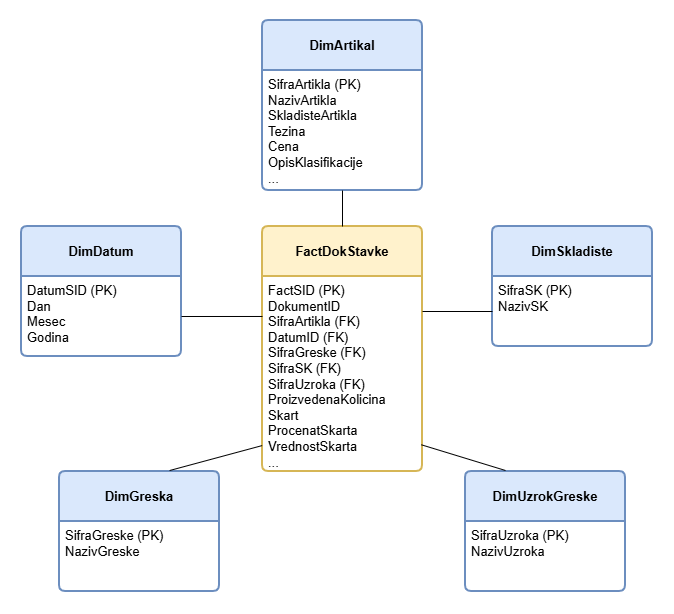
lvuletic971/scrap-analysis keeps this draw.io diagram as DOCS/DW_model.png. Above is the earlier version. Source tidied: cells renumbered, new cells last; positions are measured from the earlier drawing's top-left corner, leaving out a move shared by most shapes. Source of this version:
```xml
<mxGraphModel>
  <root>
    <mxCell id="0" />
    <mxCell id="1" parent="0" />
    <mxCell id="2" value="DimDatum" style="swimlane;horizontal=1;startSize=50;rounded=1;fontSize=13;fontStyle=1;strokeWidth=2;shadow=0;dashed=0;align=center;arcSize=4;whiteSpace=wrap;html=1;fillColor=#dae8fc;strokeColor=#6c8ebf;" parent="1" vertex="1">
      <mxGeometry y="206" width="160" height="130" as="geometry" />
    </mxCell>
    <mxCell id="3" value="&lt;font style=&quot;font-size: 13px;&quot;&gt;DatumSID (PK)&lt;br&gt;Dan&lt;br&gt;Mesec&lt;/font&gt;&lt;div&gt;&lt;font style=&quot;font-size: 13px;&quot;&gt;Godina&lt;/font&gt;&lt;/div&gt;" style="align=left;strokeColor=none;fillColor=none;spacingLeft=4;spacingRight=4;fontSize=12;verticalAlign=top;html=1;whiteSpace=wrap;" parent="2" vertex="1">
      <mxGeometry y="50" width="160" height="80" as="geometry" />
    </mxCell>
    <mxCell id="4" value="&lt;font&gt;&lt;b&gt;FactDokStavke&lt;/b&gt;&lt;/font&gt;" style="swimlane;horizontal=1;startSize=50;rounded=1;fontSize=13;fontStyle=0;strokeWidth=2;shadow=0;dashed=0;align=center;arcSize=4;whiteSpace=wrap;html=1;fillColor=#FFF2CC;strokeColor=#d6b656;" parent="1" vertex="1">
      <mxGeometry x="241" y="206" width="160" height="245" as="geometry" />
    </mxCell>
    <mxCell id="5" value="&lt;div&gt;&lt;font style=&quot;font-size: 13px;&quot;&gt;FactSID (PK)&lt;/font&gt;&lt;/div&gt;&lt;font style=&quot;font-size: 13px;&quot;&gt;DokumentID&amp;nbsp;&lt;/font&gt;&lt;div&gt;&lt;div&gt;&lt;font style=&quot;font-size: 13px;&quot;&gt;SifraArtikla (FK)&lt;/font&gt;&lt;/div&gt;&lt;div&gt;&lt;font style=&quot;font-size: 13px;&quot;&gt;DatumID (FK)&lt;/font&gt;&lt;/div&gt;&lt;div&gt;&lt;font style=&quot;font-size: 13px;&quot;&gt;SifraGreske (FK)&lt;/font&gt;&lt;/div&gt;&lt;div&gt;&lt;font style=&quot;font-size: 13px;&quot;&gt;SifraSK (FK)&lt;/font&gt;&lt;/div&gt;&lt;div&gt;&lt;font style=&quot;font-size: 13px;&quot;&gt;SifraUzroka (FK)&lt;/font&gt;&lt;/div&gt;&lt;div&gt;&lt;font style=&quot;font-size: 13px;&quot;&gt;ProizvedenaKolicina&lt;/font&gt;&lt;/div&gt;&lt;div&gt;&lt;font style=&quot;font-size: 13px;&quot;&gt;Skart&lt;/font&gt;&lt;/div&gt;&lt;div&gt;&lt;font style=&quot;font-size: 13px;&quot;&gt;ProcenatSkarta&lt;/font&gt;&lt;/div&gt;&lt;div&gt;&lt;font style=&quot;font-size: 13px;&quot;&gt;VrednostSkarta&lt;/font&gt;&lt;/div&gt;&lt;div&gt;&lt;font style=&quot;font-size: 13px;&quot;&gt;...&lt;/font&gt;&lt;/div&gt;&lt;div&gt;&lt;font style=&quot;font-size: 13px;&quot;&gt;&lt;br&gt;&lt;/font&gt;&lt;/div&gt;&lt;div&gt;&lt;br&gt;&lt;/div&gt;&lt;/div&gt;" style="align=left;strokeColor=none;fillColor=none;spacingLeft=4;spacingRight=4;fontSize=12;verticalAlign=top;html=1;whiteSpace=wrap;" parent="4" vertex="1">
      <mxGeometry y="50" width="160" height="195" as="geometry" />
    </mxCell>
    <mxCell id="6" value="&lt;b&gt;DimArtikal&lt;/b&gt;" style="swimlane;horizontal=1;startSize=50;rounded=1;fontSize=13;fontStyle=0;strokeWidth=2;shadow=0;dashed=0;align=center;arcSize=4;whiteSpace=wrap;html=1;fillColor=#dae8fc;strokeColor=#6c8ebf;" parent="1" vertex="1">
      <mxGeometry x="241" width="160" height="170" as="geometry" />
    </mxCell>
    <mxCell id="7" value="SifraArtikla (PK)&lt;div&gt;NazivArtikla&lt;/div&gt;&lt;div&gt;SkladisteArtikla&lt;/div&gt;&lt;div&gt;Tezina&lt;/div&gt;&lt;div&gt;Cena&lt;/div&gt;&lt;div&gt;OpisKlasifikacije&lt;/div&gt;&lt;div&gt;...&lt;/div&gt;" style="align=left;strokeColor=none;fillColor=none;spacingLeft=4;spacingRight=4;fontSize=13;verticalAlign=top;html=1;whiteSpace=wrap;" parent="6" vertex="1">
      <mxGeometry y="50" width="160" height="120" as="geometry" />
    </mxCell>
    <mxCell id="8" value="&lt;b&gt;DimSkladiste&lt;/b&gt;" style="swimlane;horizontal=1;startSize=50;rounded=1;fontSize=13;fontStyle=0;strokeWidth=2;shadow=0;dashed=0;align=center;arcSize=4;whiteSpace=wrap;html=1;fillColor=#dae8fc;strokeColor=#6c8ebf;" parent="1" vertex="1">
      <mxGeometry x="471" y="206" width="160" height="120" as="geometry" />
    </mxCell>
    <mxCell id="9" value="SifraSK (PK)&lt;div&gt;NazivSK&lt;/div&gt;" style="align=left;strokeColor=none;fillColor=none;spacingLeft=4;spacingRight=4;fontSize=13;verticalAlign=top;html=1;whiteSpace=wrap;" parent="8" vertex="1">
      <mxGeometry y="50" width="160" height="70" as="geometry" />
    </mxCell>
    <mxCell id="10" value="&lt;b&gt;DimGreska&lt;/b&gt;" style="swimlane;horizontal=1;startSize=50;rounded=1;fontSize=13;fontStyle=0;strokeWidth=2;shadow=0;dashed=0;align=center;arcSize=4;whiteSpace=wrap;html=1;fillColor=#dae8fc;strokeColor=#6c8ebf;" parent="1" vertex="1">
      <mxGeometry x="38" y="451" width="160" height="120" as="geometry" />
    </mxCell>
    <mxCell id="11" value="&lt;font style=&quot;font-size: 13px;&quot;&gt;SifraGreske (PK)&lt;/font&gt;&lt;div&gt;&lt;font style=&quot;font-size: 13px;&quot;&gt;NazivGreske&lt;/font&gt;&lt;/div&gt;" style="align=left;strokeColor=none;fillColor=none;spacingLeft=4;spacingRight=4;fontSize=12;verticalAlign=top;html=1;whiteSpace=wrap;" parent="10" vertex="1">
      <mxGeometry y="50" width="160" height="70" as="geometry" />
    </mxCell>
    <mxCell id="12" value="&lt;b&gt;DimUzrokGreske&lt;/b&gt;" style="swimlane;horizontal=1;startSize=50;rounded=1;fontSize=13;fontStyle=0;strokeWidth=2;shadow=0;dashed=0;align=center;arcSize=4;whiteSpace=wrap;html=1;fillColor=#dae8fc;strokeColor=#6c8ebf;" parent="1" vertex="1">
      <mxGeometry x="444" y="451" width="160" height="120" as="geometry" />
    </mxCell>
    <mxCell id="13" value="&lt;font style=&quot;font-size: 13px;&quot;&gt;SifraUzroka (PK)&lt;/font&gt;&lt;div&gt;&lt;font style=&quot;font-size: 13px;&quot;&gt;NazivUzroka&lt;/font&gt;&lt;/div&gt;" style="align=left;strokeColor=none;fillColor=none;spacingLeft=4;spacingRight=4;fontSize=12;verticalAlign=top;html=1;whiteSpace=wrap;" parent="12" vertex="1">
      <mxGeometry y="50" width="160" height="70" as="geometry" />
    </mxCell>
    <mxCell id="14" style="endArrow=none;html=1;rounded=0;entryX=0.5;entryY=1;entryDx=0;entryDy=0;exitX=0.5;exitY=0;exitDx=0;exitDy=0;" parent="1" edge="1" source="4" target="7">
      <mxGeometry relative="1" as="geometry" />
    </mxCell>
    <mxCell id="15" style="endArrow=none;html=1;rounded=0;entryX=0;entryY=0.5;entryDx=0;entryDy=0;" parent="1" edge="1" target="9">
      <mxGeometry relative="1" as="geometry">
        <mxPoint x="401" y="291" as="sourcePoint" />
      </mxGeometry>
    </mxCell>
    <mxCell id="16" style="endArrow=none;html=1;rounded=0;exitX=1;exitY=0.5;exitDx=0;exitDy=0;entryX=0;entryY=0.205;entryDx=0;entryDy=0;entryPerimeter=0;" parent="1" edge="1" source="3" target="5">
      <mxGeometry relative="1" as="geometry" />
    </mxCell>
    <mxCell id="17" style="endArrow=none;html=1;rounded=0;exitX=0.688;exitY=-0.008;exitDx=0;exitDy=0;exitPerimeter=0;entryX=-0.002;entryY=0.867;entryDx=0;entryDy=0;entryPerimeter=0;" parent="1" edge="1" source="10" target="5">
      <mxGeometry relative="1" as="geometry" />
    </mxCell>
    <mxCell id="18" style="endArrow=none;html=1;rounded=0;exitX=0.993;exitY=0.863;exitDx=0;exitDy=0;exitPerimeter=0;" parent="1" edge="1" source="5">
      <mxGeometry relative="1" as="geometry">
        <mxPoint x="484" y="450" as="targetPoint" />
      </mxGeometry>
    </mxCell>
  </root>
</mxGraphModel>
```
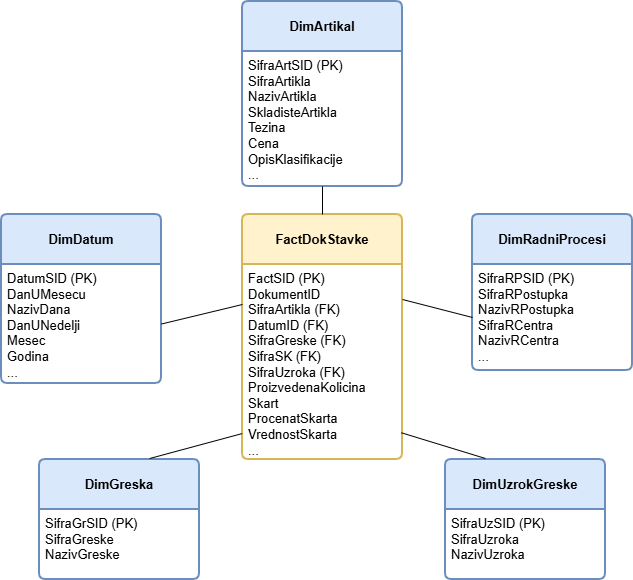
The same diagram one commit later.

What changed in the source:
```diff
@@ -3,10 +3,10 @@
     <mxCell id="0" />
     <mxCell id="1" parent="0" />
     <mxCell id="2" value="DimDatum" style="swimlane;horizontal=1;startSize=50;rounded=1;fontSize=13;fontStyle=1;strokeWidth=2;shadow=0;dashed=0;align=center;arcSize=4;whiteSpace=wrap;html=1;fillColor=#dae8fc;strokeColor=#6c8ebf;" parent="1" vertex="1">
-      <mxGeometry y="206" width="160" height="130" as="geometry" />
+      <mxGeometry y="206" width="160" height="169" as="geometry" />
     </mxCell>
-    <mxCell id="3" value="&lt;font style=&quot;font-size: 13px;&quot;&gt;DatumSID (PK)&lt;br&gt;Dan&lt;br&gt;Mesec&lt;/font&gt;&lt;div&gt;&lt;font style=&quot;font-size: 13px;&quot;&gt;Godina&lt;/font&gt;&lt;/div&gt;" style="align=left;strokeColor=none;fillColor=none;spacingLeft=4;spacingRight=4;fontSize=12;verticalAlign=top;html=1;whiteSpace=wrap;" parent="2" vertex="1">
-      <mxGeometry y="50" width="160" height="80" as="geometry" />
+    <mxCell id="3" value="&lt;font style=&quot;font-size: 13px;&quot;&gt;DatumSID (PK)&lt;br&gt;DanUMesecu&lt;/font&gt;&lt;div&gt;&lt;font style=&quot;font-size: 13px;&quot;&gt;NazivDana&lt;/font&gt;&lt;/div&gt;&lt;div&gt;&lt;font style=&quot;font-size: 13px;&quot;&gt;DanUNedelji&lt;br&gt;Mesec&lt;/font&gt;&lt;div&gt;&lt;font style=&quot;font-size: 13px;&quot;&gt;Godina&lt;/font&gt;&lt;/div&gt;&lt;/div&gt;&lt;div&gt;&lt;font style=&quot;font-size: 13px;&quot;&gt;...&lt;/font&gt;&lt;/div&gt;" style="align=left;strokeColor=none;fillColor=none;spacingLeft=4;spacingRight=4;fontSize=12;verticalAlign=top;html=1;whiteSpace=wrap;" parent="2" vertex="1">
+      <mxGeometry y="50" width="160" height="119" as="geometry" />
     </mxCell>
     <mxCell id="4" value="&lt;font&gt;&lt;b&gt;FactDokStavke&lt;/b&gt;&lt;/font&gt;" style="swimlane;horizontal=1;startSize=50;rounded=1;fontSize=13;fontStyle=0;strokeWidth=2;shadow=0;dashed=0;align=center;arcSize=4;whiteSpace=wrap;html=1;fillColor=#FFF2CC;strokeColor=#d6b656;" parent="1" vertex="1">
       <mxGeometry x="241" y="206" width="160" height="245" as="geometry" />
@@ -15,27 +15,27 @@
       <mxGeometry y="50" width="160" height="195" as="geometry" />
     </mxCell>
     <mxCell id="6" value="&lt;b&gt;DimArtikal&lt;/b&gt;" style="swimlane;horizontal=1;startSize=50;rounded=1;fontSize=13;fontStyle=0;strokeWidth=2;shadow=0;dashed=0;align=center;arcSize=4;whiteSpace=wrap;html=1;fillColor=#dae8fc;strokeColor=#6c8ebf;" parent="1" vertex="1">
-      <mxGeometry x="241" width="160" height="170" as="geometry" />
+      <mxGeometry x="241" y="-7" width="160" height="185" as="geometry" />
     </mxCell>
-    <mxCell id="7" value="SifraArtikla (PK)&lt;div&gt;NazivArtikla&lt;/div&gt;&lt;div&gt;SkladisteArtikla&lt;/div&gt;&lt;div&gt;Tezina&lt;/div&gt;&lt;div&gt;Cena&lt;/div&gt;&lt;div&gt;OpisKlasifikacije&lt;/div&gt;&lt;div&gt;...&lt;/div&gt;" style="align=left;strokeColor=none;fillColor=none;spacingLeft=4;spacingRight=4;fontSize=13;verticalAlign=top;html=1;whiteSpace=wrap;" parent="6" vertex="1">
-      <mxGeometry y="50" width="160" height="120" as="geometry" />
+    <mxCell id="7" value="&lt;div&gt;SifraArtSID (PK)&lt;/div&gt;SifraArtikla&lt;div&gt;NazivArtikla&lt;/div&gt;&lt;div&gt;SkladisteArtikla&lt;/div&gt;&lt;div&gt;Tezina&lt;/div&gt;&lt;div&gt;Cena&lt;/div&gt;&lt;div&gt;OpisKlasifikacije&lt;/div&gt;&lt;div&gt;...&lt;/div&gt;" style="align=left;strokeColor=none;fillColor=none;spacingLeft=4;spacingRight=4;fontSize=13;verticalAlign=top;html=1;whiteSpace=wrap;" parent="6" vertex="1">
+      <mxGeometry y="50" width="160" height="135" as="geometry" />
     </mxCell>
-    <mxCell id="8" value="&lt;b&gt;DimSkladiste&lt;/b&gt;" style="swimlane;horizontal=1;startSize=50;rounded=1;fontSize=13;fontStyle=0;strokeWidth=2;shadow=0;dashed=0;align=center;arcSize=4;whiteSpace=wrap;html=1;fillColor=#dae8fc;strokeColor=#6c8ebf;" parent="1" vertex="1">
-      <mxGeometry x="471" y="206" width="160" height="120" as="geometry" />
+    <mxCell id="8" value="&lt;b&gt;DimRadniProcesi&lt;/b&gt;" style="swimlane;horizontal=1;startSize=50;rounded=1;fontSize=13;fontStyle=0;strokeWidth=2;shadow=0;dashed=0;align=center;arcSize=4;whiteSpace=wrap;html=1;fillColor=#dae8fc;strokeColor=#6c8ebf;" parent="1" vertex="1">
+      <mxGeometry x="471" y="206" width="160" height="156" as="geometry" />
     </mxCell>
-    <mxCell id="9" value="SifraSK (PK)&lt;div&gt;NazivSK&lt;/div&gt;" style="align=left;strokeColor=none;fillColor=none;spacingLeft=4;spacingRight=4;fontSize=13;verticalAlign=top;html=1;whiteSpace=wrap;" parent="8" vertex="1">
-      <mxGeometry y="50" width="160" height="70" as="geometry" />
+    <mxCell id="9" value="SifraRPSID (PK)&lt;div&gt;SifraRPostupka&lt;/div&gt;&lt;div&gt;NazivRPostupka&lt;/div&gt;&lt;div&gt;SifraRCentra&lt;/div&gt;&lt;div&gt;NazivRCentra&lt;/div&gt;&lt;div&gt;...&lt;/div&gt;&lt;div&gt;&lt;br&gt;&lt;/div&gt;" style="align=left;strokeColor=none;fillColor=none;spacingLeft=4;spacingRight=4;fontSize=13;verticalAlign=top;html=1;whiteSpace=wrap;" parent="8" vertex="1">
+      <mxGeometry y="50" width="160" height="106" as="geometry" />
     </mxCell>
     <mxCell id="10" value="&lt;b&gt;DimGreska&lt;/b&gt;" style="swimlane;horizontal=1;startSize=50;rounded=1;fontSize=13;fontStyle=0;strokeWidth=2;shadow=0;dashed=0;align=center;arcSize=4;whiteSpace=wrap;html=1;fillColor=#dae8fc;strokeColor=#6c8ebf;" parent="1" vertex="1">
       <mxGeometry x="38" y="451" width="160" height="120" as="geometry" />
     </mxCell>
-    <mxCell id="11" value="&lt;font style=&quot;font-size: 13px;&quot;&gt;SifraGreske (PK)&lt;/font&gt;&lt;div&gt;&lt;font style=&quot;font-size: 13px;&quot;&gt;NazivGreske&lt;/font&gt;&lt;/div&gt;" style="align=left;strokeColor=none;fillColor=none;spacingLeft=4;spacingRight=4;fontSize=12;verticalAlign=top;html=1;whiteSpace=wrap;" parent="10" vertex="1">
+    <mxCell id="11" value="&lt;div&gt;&lt;font style=&quot;font-size: 13px;&quot;&gt;SifraGrSID (PK)&lt;/font&gt;&lt;/div&gt;&lt;font style=&quot;font-size: 13px;&quot;&gt;SifraGreske&lt;/font&gt;&lt;div&gt;&lt;font style=&quot;font-size: 13px;&quot;&gt;NazivGreske&lt;/font&gt;&lt;/div&gt;" style="align=left;strokeColor=none;fillColor=none;spacingLeft=4;spacingRight=4;fontSize=12;verticalAlign=top;html=1;whiteSpace=wrap;" parent="10" vertex="1">
       <mxGeometry y="50" width="160" height="70" as="geometry" />
     </mxCell>
     <mxCell id="12" value="&lt;b&gt;DimUzrokGreske&lt;/b&gt;" style="swimlane;horizontal=1;startSize=50;rounded=1;fontSize=13;fontStyle=0;strokeWidth=2;shadow=0;dashed=0;align=center;arcSize=4;whiteSpace=wrap;html=1;fillColor=#dae8fc;strokeColor=#6c8ebf;" parent="1" vertex="1">
       <mxGeometry x="444" y="451" width="160" height="120" as="geometry" />
     </mxCell>
-    <mxCell id="13" value="&lt;font style=&quot;font-size: 13px;&quot;&gt;SifraUzroka (PK)&lt;/font&gt;&lt;div&gt;&lt;font style=&quot;font-size: 13px;&quot;&gt;NazivUzroka&lt;/font&gt;&lt;/div&gt;" style="align=left;strokeColor=none;fillColor=none;spacingLeft=4;spacingRight=4;fontSize=12;verticalAlign=top;html=1;whiteSpace=wrap;" parent="12" vertex="1">
+    <mxCell id="13" value="&lt;div&gt;&lt;font style=&quot;font-size: 13px;&quot;&gt;SifraUzSID (PK)&lt;/font&gt;&lt;/div&gt;&lt;font style=&quot;font-size: 13px;&quot;&gt;SifraUzroka&lt;/font&gt;&lt;div&gt;&lt;font style=&quot;font-size: 13px;&quot;&gt;NazivUzroka&lt;/font&gt;&lt;/div&gt;" style="align=left;strokeColor=none;fillColor=none;spacingLeft=4;spacingRight=4;fontSize=12;verticalAlign=top;html=1;whiteSpace=wrap;" parent="12" vertex="1">
       <mxGeometry y="50" width="160" height="70" as="geometry" />
     </mxCell>
     <mxCell id="14" style="endArrow=none;html=1;rounded=0;entryX=0.5;entryY=1;entryDx=0;entryDy=0;exitX=0.5;exitY=0;exitDx=0;exitDy=0;" parent="1" edge="1" source="4" target="7">
```
